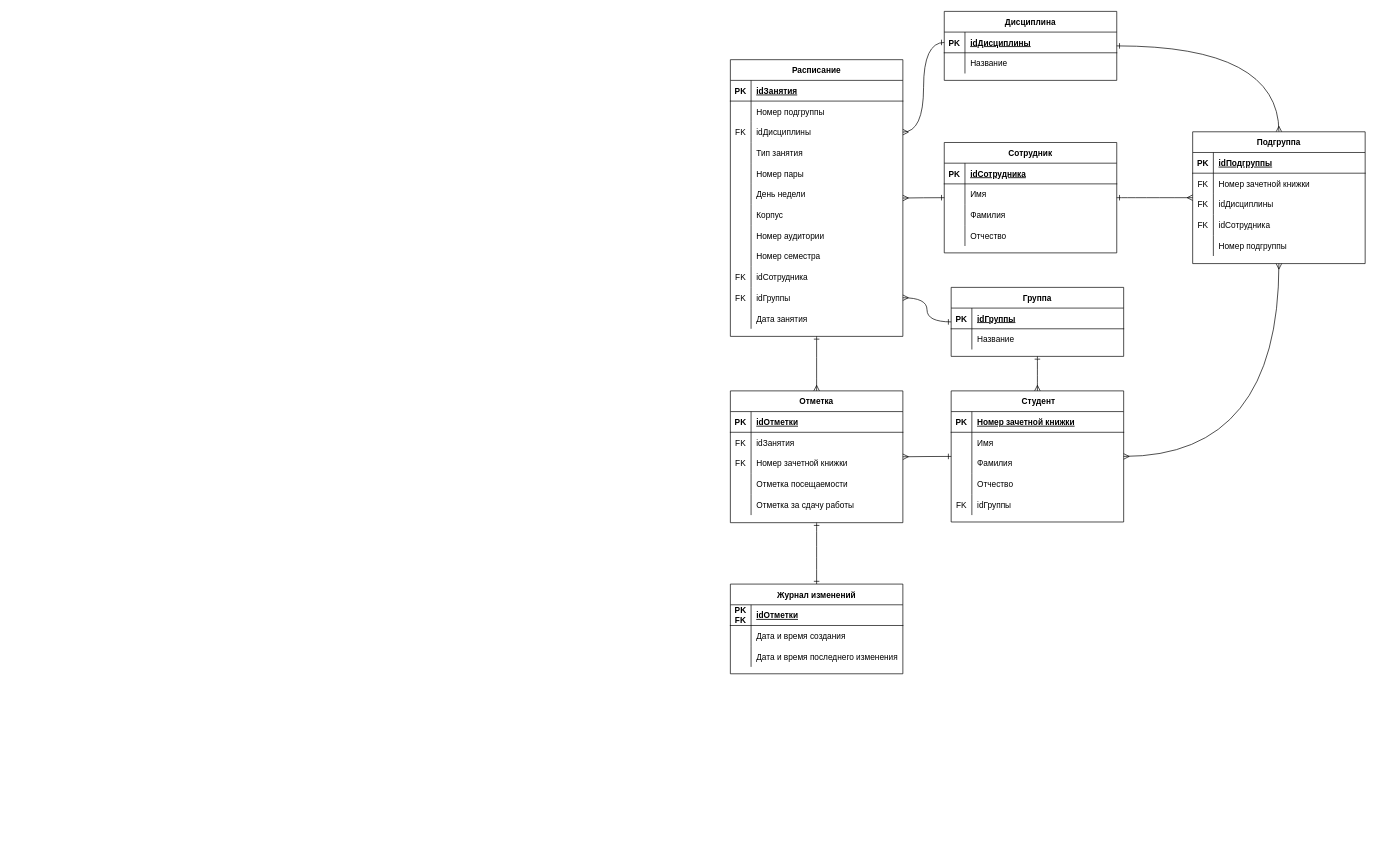
Before: page "ER" (1 of 2) of ВКР/drawio/Спецификации.drawio in kuskas112/Labs, a draw.io diagram. Source tidied: cells renumbered, new cells numbered last; positions are measured from the earlier drawing's top-left corner, leaving out a move shared by most shapes. Both pictures are drawn from the tidied source at 69%, with x=0, y=0 at pixel (730, 11).
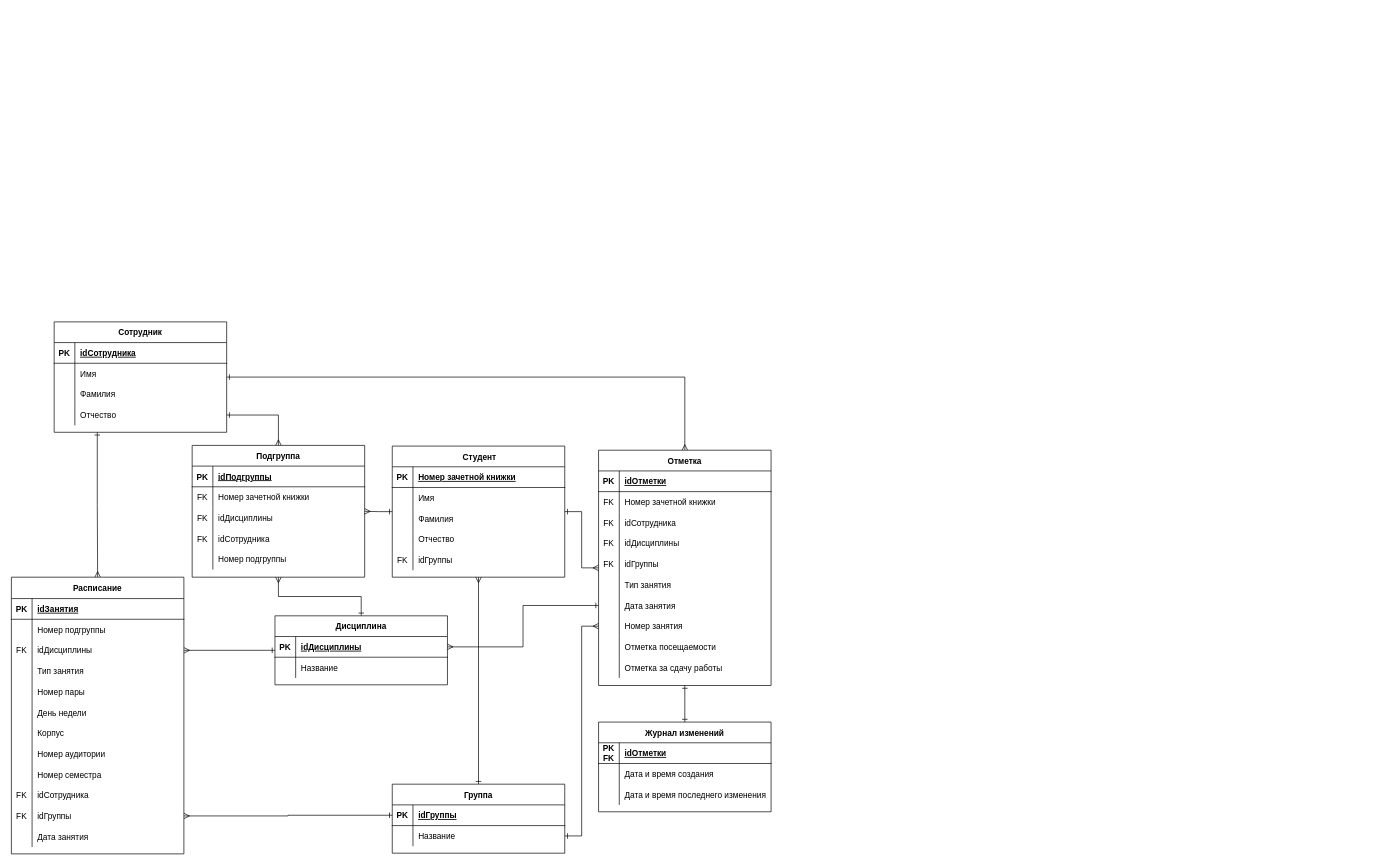
Above is the later version.

Unchanged cells that the change refers to:
```xml
<mxCell id="14" style="shape=partialRectangle;fillColor=none;points=[[0,0.5],[1,0.5]];portConstraint=eastwest;top=0;left=0;right=0;bottom=0;" parent="4" vertex="1">
  <mxGeometry y="120" width="250" height="30" as="geometry" />
</mxCell>
<mxCell id="58" style="shape=partialRectangle;fillColor=none;points=[[0,0.5],[1,0.5]];portConstraint=eastwest;top=0;left=0;right=0;bottom=1;" parent="57" vertex="1">
  <mxGeometry y="30" width="250" height="30" as="geometry" />
</mxCell>
<mxCell id="61" style="shape=partialRectangle;fillColor=none;points=[[0,0.5],[1,0.5]];portConstraint=eastwest;top=0;left=0;right=0;bottom=0;" parent="57" vertex="1">
  <mxGeometry y="60" width="250" height="30" as="geometry" />
</mxCell>
<mxCell id="66" style="shape=partialRectangle;fillColor=none;points=[[0,0.5],[1,0.5]];portConstraint=eastwest;top=0;left=0;right=0;bottom=1;" parent="65" vertex="1">
  <mxGeometry y="30" width="250" height="30" as="geometry" />
</mxCell>
```

The edit, as a diff of the source:
```diff
@@
-    <mxCell id="2" style="edgeStyle=orthogonalEdgeStyle;curved=1;rounded=0;jettySize=auto;html=1;strokeColor=default;align=center;verticalAlign=middle;fontFamily=Helvetica;fontSize=11;fontColor=default;labelBackgroundColor=default;startArrow=ERone;startFill=0;endArrow=ERmany;endFill=0;" parent="1" edge="1" source="4" target="18">
+    <mxCell id="2" style="edgeStyle=orthogonalEdgeStyle;rounded=0;jettySize=auto;html=1;strokeColor=default;align=center;verticalAlign=middle;fontFamily=Helvetica;fontSize=11;fontColor=default;labelBackgroundColor=default;startArrow=ERone;startFill=0;endArrow=ERmany;endFill=0;exitX=0.25;exitY=1;exitDx=0;exitDy=0;" parent="1" edge="1" source="4" target="18">
       <mxGeometry relative="1" as="geometry" />
     </mxCell>
-    <mxCell id="3" style="edgeStyle=orthogonalEdgeStyle;curved=1;rounded=0;jettySize=auto;html=1;strokeColor=default;align=center;verticalAlign=middle;fontFamily=Helvetica;fontSize=11;fontColor=default;labelBackgroundColor=default;startArrow=ERone;startFill=0;endArrow=ERmany;endFill=0;" parent="1" edge="1" source="4" target="118">
+    <mxCell id="3" style="edgeStyle=orthogonalEdgeStyle;rounded=0;jettySize=auto;html=1;strokeColor=default;align=center;verticalAlign=middle;fontFamily=Helvetica;fontSize=11;fontColor=default;labelBackgroundColor=default;startArrow=ERone;startFill=0;endArrow=ERmany;endFill=0;exitX=1;exitY=0.5;exitDx=0;exitDy=0;" parent="1" edge="1" source="14" target="118">
       <mxGeometry relative="1" as="geometry" />
     </mxCell>
+    <mxCell id="134" style="edgeStyle=orthogonalEdgeStyle;rounded=0;jettySize=auto;html=1;strokeColor=default;align=center;verticalAlign=middle;fontFamily=Helvetica;fontSize=11;fontColor=default;labelBackgroundColor=default;startArrow=ERone;startFill=0;endArrow=ERmany;endFill=0;" parent="1" edge="1" source="4" target="74">
+      <mxGeometry relative="1" as="geometry" />
+    </mxCell>
     <mxCell id="4" value="Сотрудник" style="shape=table;startSize=30;childLayout=tableLayout;rowLines=0;fontStyle=1;align=center;" parent="1" vertex="1">
-      <mxGeometry x="310" y="190" width="250" height="160" as="geometry" />
+      <mxGeometry x="-980" y="450" width="250" height="160" as="geometry" />
     </mxCell>
@@
-    <mxCell id="17" style="edgeStyle=orthogonalEdgeStyle;curved=1;rounded=0;jettySize=auto;html=1;strokeColor=default;align=center;verticalAlign=middle;fontFamily=Helvetica;fontSize=11;fontColor=default;labelBackgroundColor=default;startArrow=ERone;startFill=0;endArrow=ERmany;endFill=0;" parent="1" edge="1" source="18" target="74">
-      <mxGeometry relative="1" as="geometry" />
-    </mxCell>
-    <mxCell id="18" value="Расписание" style="shape=table;startSize=30;childLayout=tableLayout;rowLines=0;fontStyle=1;align=center;" parent="1" vertex="1">
-      <mxGeometry y="70" width="250" height="401" as="geometry" />
+    <mxCell id="18" value="Расписание" style="shape=table;startSize=31;childLayout=tableLayout;rowLines=0;fontStyle=1;align=center;" parent="1" vertex="1">
+      <mxGeometry x="-1042" y="820" width="250" height="401" as="geometry" />
     </mxCell>
     <mxCell id="19" style="shape=partialRectangle;fillColor=none;top=0;left=0;right=0;bottom=1;" parent="18" vertex="1">
-      <mxGeometry y="30" width="250" height="30" as="geometry" />
+      <mxGeometry y="31" width="250" height="30" as="geometry" />
     </mxCell>
@@
     <mxCell id="22" style="shape=partialRectangle;fillColor=none;top=0;left=0;right=0;bottom=0;" parent="18" vertex="1">
-      <mxGeometry y="60" width="250" height="30" as="geometry" />
+      <mxGeometry y="61" width="250" height="30" as="geometry" />
     </mxCell>
@@
     <mxCell id="25" style="shape=partialRectangle;fillColor=none;points=[[0,0.5],[1,0.5]];portConstraint=eastwest;top=0;left=0;right=0;bottom=0;" parent="18" vertex="1">
-      <mxGeometry y="90" width="250" height="30" as="geometry" />
+      <mxGeometry y="91" width="250" height="30" as="geometry" />
     </mxCell>
@@
     <mxCell id="28" style="shape=partialRectangle;fillColor=none;top=0;left=0;right=0;bottom=0;" parent="18" vertex="1">
-      <mxGeometry y="120" width="250" height="30" as="geometry" />
+      <mxGeometry y="121" width="250" height="30" as="geometry" />
     </mxCell>
@@
     <mxCell id="31" style="shape=partialRectangle;fillColor=none;top=0;left=0;right=0;bottom=0;" parent="18" vertex="1">
-      <mxGeometry y="150" width="250" height="30" as="geometry" />
+      <mxGeometry y="151" width="250" height="30" as="geometry" />
     </mxCell>
@@
     <mxCell id="34" style="shape=partialRectangle;fillColor=none;top=0;left=0;right=0;bottom=0;" parent="18" vertex="1">
-      <mxGeometry y="180" width="250" height="30" as="geometry" />
+      <mxGeometry y="181" width="250" height="30" as="geometry" />
     </mxCell>
@@
     <mxCell id="37" style="shape=partialRectangle;fillColor=none;top=0;left=0;right=0;bottom=0;" parent="18" vertex="1">
-      <mxGeometry y="210" width="250" height="30" as="geometry" />
+      <mxGeometry y="211" width="250" height="30" as="geometry" />
     </mxCell>
@@
     <mxCell id="40" style="shape=partialRectangle;fillColor=none;top=0;left=0;right=0;bottom=0;" parent="18" vertex="1">
-      <mxGeometry y="240" width="250" height="30" as="geometry" />
+      <mxGeometry y="241" width="250" height="30" as="geometry" />
     </mxCell>
@@
     <mxCell id="43" style="shape=partialRectangle;fillColor=none;top=0;left=0;right=0;bottom=0;" parent="18" vertex="1">
-      <mxGeometry y="270" width="250" height="30" as="geometry" />
+      <mxGeometry y="271" width="250" height="30" as="geometry" />
     </mxCell>
@@
     <mxCell id="46" style="shape=partialRectangle;fillColor=none;top=0;left=0;right=0;bottom=0;" parent="18" vertex="1">
-      <mxGeometry y="300" width="250" height="30" as="geometry" />
+      <mxGeometry y="301" width="250" height="30" as="geometry" />
     </mxCell>
@@
     <mxCell id="49" style="shape=partialRectangle;fillColor=none;points=[[0,0.5],[1,0.5]];portConstraint=eastwest;top=0;left=0;right=0;bottom=0;" parent="18" vertex="1">
-      <mxGeometry y="330" width="250" height="30" as="geometry" />
+      <mxGeometry y="331" width="250" height="30" as="geometry" />
     </mxCell>
@@
     <mxCell id="52" style="shape=partialRectangle;fillColor=none;top=0;left=0;right=0;bottom=0;" parent="18" vertex="1">
-      <mxGeometry y="360" width="250" height="30" as="geometry" />
+      <mxGeometry y="361" width="250" height="30" as="geometry" />
     </mxCell>
@@
-    <mxCell id="55" style="edgeStyle=orthogonalEdgeStyle;rounded=0;jettySize=auto;html=1;curved=1;endArrow=ERmany;endFill=0;startArrow=ERone;startFill=0;" parent="1" edge="1" source="57" target="49">
+    <mxCell id="55" style="edgeStyle=orthogonalEdgeStyle;rounded=0;jettySize=auto;html=1;endArrow=ERmany;endFill=0;startArrow=ERone;startFill=0;exitX=0;exitY=0.5;exitDx=0;exitDy=0;" parent="1" edge="1" source="58" target="49">
       <mxGeometry relative="1" as="geometry" />
     </mxCell>
-    <mxCell id="56" style="edgeStyle=orthogonalEdgeStyle;curved=1;rounded=0;jettySize=auto;html=1;strokeColor=default;align=center;verticalAlign=middle;fontFamily=Helvetica;fontSize=11;fontColor=default;labelBackgroundColor=default;startArrow=ERone;startFill=0;endArrow=ERmany;endFill=0;" parent="1" edge="1" source="57" target="92">
+    <mxCell id="56" style="edgeStyle=orthogonalEdgeStyle;rounded=0;jettySize=auto;html=1;strokeColor=default;align=center;verticalAlign=middle;fontFamily=Helvetica;fontSize=11;fontColor=default;labelBackgroundColor=default;startArrow=ERone;startFill=0;endArrow=ERmany;endFill=0;" parent="1" edge="1" source="57" target="92">
       <mxGeometry relative="1" as="geometry" />
     </mxCell>
     <mxCell id="57" value="Группа" style="shape=table;startSize=30;childLayout=tableLayout;rowLines=0;fontStyle=1;align=center;" parent="1" vertex="1">
-      <mxGeometry x="320" y="400" width="250" height="100" as="geometry" />
+      <mxGeometry x="-490" y="1120" width="250" height="100" as="geometry" />
     </mxCell>
@@
-    <mxCell id="64" style="edgeStyle=orthogonalEdgeStyle;curved=1;rounded=0;jettySize=auto;html=1;strokeColor=default;align=center;verticalAlign=middle;fontFamily=Helvetica;fontSize=11;fontColor=default;labelBackgroundColor=default;startArrow=ERone;startFill=0;endArrow=ERmany;endFill=0;" parent="1" edge="1" source="65" target="118">
+    <mxCell id="64" style="edgeStyle=orthogonalEdgeStyle;rounded=0;jettySize=auto;html=1;strokeColor=default;align=center;verticalAlign=middle;fontFamily=Helvetica;fontSize=11;fontColor=default;labelBackgroundColor=default;startArrow=ERone;startFill=0;endArrow=ERmany;endFill=0;" parent="1" edge="1" source="65" target="118">
       <mxGeometry relative="1" as="geometry" />
     </mxCell>
     <mxCell id="65" value="Дисциплина" style="shape=table;startSize=30;childLayout=tableLayout;rowLines=0;fontStyle=1;align=center;" parent="1" vertex="1">
-      <mxGeometry x="310" width="250" height="100" as="geometry" />
+      <mxGeometry x="-660" y="876" width="250" height="100" as="geometry" />
     </mxCell>
@@
-    <mxCell id="72" style="edgeStyle=orthogonalEdgeStyle;rounded=0;jettySize=auto;html=1;curved=1;endArrow=ERmany;endFill=0;startArrow=ERone;startFill=0;exitX=0;exitY=0.5;exitDx=0;exitDy=0;" parent="1" edge="1" source="66" target="25">
+    <mxCell id="72" style="edgeStyle=orthogonalEdgeStyle;rounded=0;jettySize=auto;html=1;endArrow=ERmany;endFill=0;startArrow=ERone;startFill=0;" parent="1" edge="1" source="65" target="25">
       <mxGeometry relative="1" as="geometry" />
     </mxCell>
-    <mxCell id="73" style="edgeStyle=orthogonalEdgeStyle;curved=1;rounded=0;jettySize=auto;html=1;strokeColor=default;align=center;verticalAlign=middle;fontFamily=Helvetica;fontSize=11;fontColor=default;labelBackgroundColor=default;startArrow=ERone;startFill=0;endArrow=ERone;endFill=0;" parent="1" edge="1" source="74" target="108">
+    <mxCell id="73" style="edgeStyle=orthogonalEdgeStyle;rounded=0;jettySize=auto;html=1;strokeColor=default;align=center;verticalAlign=middle;fontFamily=Helvetica;fontSize=11;fontColor=default;labelBackgroundColor=default;startArrow=ERone;startFill=0;endArrow=ERone;endFill=0;" parent="1" edge="1" source="74" target="108">
       <mxGeometry relative="1" as="geometry" />
     </mxCell>
+    <mxCell id="135" style="rounded=0;jettySize=auto;html=1;strokeColor=default;align=center;verticalAlign=middle;fontFamily=Helvetica;fontSize=11;fontColor=default;labelBackgroundColor=default;startArrow=ERone;startFill=0;endArrow=ERmany;endFill=0;exitX=0;exitY=0.5;exitDx=0;exitDy=0;edgeStyle=orthogonalEdgeStyle;entryX=1;entryY=0.5;entryDx=0;entryDy=0;" parent="1" edge="1" source="145" target="66">
+      <mxGeometry relative="1" as="geometry" />
+    </mxCell>
     <mxCell id="74" value="Отметка" style="shape=table;startSize=30;childLayout=tableLayout;rowLines=0;fontStyle=1;align=center;" parent="1" vertex="1">
-      <mxGeometry y="550" width="250" height="191" as="geometry" />
+      <mxGeometry x="-191" y="636" width="250" height="341" as="geometry" />
     </mxCell>
@@
-    <mxCell id="78" style="shape=partialRectangle;fillColor=none;top=0;left=0;right=0;bottom=0;" parent="74" vertex="1">
-      <mxGeometry y="60" width="250" height="30" as="geometry" />
-    </mxCell>
-    <mxCell id="79" value="FK" style="shape=partialRectangle;overflow=hidden;fillColor=none;top=0;left=0;bottom=0;right=0;" parent="78" vertex="1">
-      <mxGeometry width="30" height="30" as="geometry" />
-    </mxCell>
-    <mxCell id="80" value="idЗанятия" style="shape=partialRectangle;overflow=hidden;fillColor=none;top=0;left=0;bottom=0;right=0;align=left;spacingLeft=6;" parent="78" vertex="1">
-      <mxGeometry x="30" width="220" height="30" as="geometry" />
-    </mxCell>
     <mxCell id="81" style="shape=partialRectangle;fillColor=none;top=0;left=0;right=0;bottom=0;" parent="74" vertex="1">
-      <mxGeometry y="90" width="250" height="30" as="geometry" />
+      <mxGeometry y="60" width="250" height="30" as="geometry" />
     </mxCell>
@@
     <mxCell id="84" style="shape=partialRectangle;fillColor=none;top=0;left=0;right=0;bottom=0;" parent="74" vertex="1">
-      <mxGeometry y="120" width="250" height="30" as="geometry" />
+      <mxGeometry y="90" width="250" height="30" as="geometry" />
     </mxCell>
-    <mxCell id="85" style="shape=partialRectangle;overflow=hidden;fillColor=none;top=0;left=0;bottom=0;right=0;" parent="84" vertex="1">
+    <mxCell id="85" value="FK" style="shape=partialRectangle;overflow=hidden;fillColor=none;top=0;left=0;bottom=0;right=0;" parent="84" vertex="1">
       <mxGeometry width="30" height="30" as="geometry" />
     </mxCell>
-    <mxCell id="86" value="Отметка посещаемости" style="shape=partialRectangle;overflow=hidden;fillColor=none;top=0;left=0;bottom=0;right=0;align=left;spacingLeft=6;" parent="84" vertex="1">
+    <mxCell id="86" value="idСотрудника" style="shape=partialRectangle;overflow=hidden;fillColor=none;top=0;left=0;bottom=0;right=0;align=left;spacingLeft=6;" parent="84" vertex="1">
       <mxGeometry x="30" width="220" height="30" as="geometry" />
     </mxCell>
+    <mxCell id="136" style="shape=partialRectangle;fillColor=none;top=0;left=0;right=0;bottom=0;" parent="74" vertex="1">
+      <mxGeometry y="120" width="250" height="30" as="geometry" />
+    </mxCell>
+    <mxCell id="137" value="FK" style="shape=partialRectangle;overflow=hidden;fillColor=none;top=0;left=0;bottom=0;right=0;" parent="136" vertex="1">
+      <mxGeometry width="30" height="30" as="geometry" />
+    </mxCell>
+    <mxCell id="138" value="idДисциплины" style="shape=partialRectangle;overflow=hidden;fillColor=none;top=0;left=0;bottom=0;right=0;align=left;spacingLeft=6;" parent="136" vertex="1">
+      <mxGeometry x="30" width="220" height="30" as="geometry" />
+    </mxCell>
+    <mxCell id="139" style="shape=partialRectangle;fillColor=none;top=0;left=0;right=0;bottom=0;" parent="74" vertex="1">
+      <mxGeometry y="150" width="250" height="30" as="geometry" />
+    </mxCell>
+    <mxCell id="140" value="FK" style="shape=partialRectangle;overflow=hidden;fillColor=none;top=0;left=0;bottom=0;right=0;" parent="139" vertex="1">
+      <mxGeometry width="30" height="30" as="geometry" />
+    </mxCell>
+    <mxCell id="141" value="idГруппы" style="shape=partialRectangle;overflow=hidden;fillColor=none;top=0;left=0;bottom=0;right=0;align=left;spacingLeft=6;" parent="139" vertex="1">
+      <mxGeometry x="30" width="220" height="30" as="geometry" />
+    </mxCell>
+    <mxCell id="142" style="shape=partialRectangle;fillColor=none;top=0;left=0;right=0;bottom=0;" parent="74" vertex="1">
+      <mxGeometry y="180" width="250" height="30" as="geometry" />
+    </mxCell>
+    <mxCell id="143" style="shape=partialRectangle;overflow=hidden;fillColor=none;top=0;left=0;bottom=0;right=0;" parent="142" vertex="1">
+      <mxGeometry width="30" height="30" as="geometry" />
+    </mxCell>
+    <mxCell id="144" value="Тип занятия" style="shape=partialRectangle;overflow=hidden;fillColor=none;top=0;left=0;bottom=0;right=0;align=left;spacingLeft=6;" parent="142" vertex="1">
+      <mxGeometry x="30" width="220" height="30" as="geometry" />
+    </mxCell>
+    <mxCell id="145" style="shape=partialRectangle;fillColor=none;points=[[0,0.5],[1,0.5]];portConstraint=eastwest;top=0;left=0;right=0;bottom=0;" parent="74" vertex="1">
+      <mxGeometry y="210" width="250" height="30" as="geometry" />
+    </mxCell>
+    <mxCell id="146" style="shape=partialRectangle;overflow=hidden;fillColor=none;top=0;left=0;bottom=0;right=0;" parent="145" vertex="1">
+      <mxGeometry width="30" height="30" as="geometry" />
+    </mxCell>
+    <mxCell id="147" value="Дата занятия" style="shape=partialRectangle;overflow=hidden;fillColor=none;top=0;left=0;bottom=0;right=0;align=left;spacingLeft=6;" parent="145" vertex="1">
+      <mxGeometry x="30" width="220" height="30" as="geometry" />
+    </mxCell>
+    <mxCell id="148" style="shape=partialRectangle;fillColor=none;points=[[0,0.5],[1,0.5]];portConstraint=eastwest;top=0;left=0;right=0;bottom=0;" parent="74" vertex="1">
+      <mxGeometry y="240" width="250" height="30" as="geometry" />
+    </mxCell>
+    <mxCell id="149" style="shape=partialRectangle;overflow=hidden;fillColor=none;top=0;left=0;bottom=0;right=0;" parent="148" vertex="1">
+      <mxGeometry width="30" height="30" as="geometry" />
+    </mxCell>
+    <mxCell id="150" value="Номер занятия" style="shape=partialRectangle;overflow=hidden;fillColor=none;top=0;left=0;bottom=0;right=0;align=left;spacingLeft=6;" parent="148" vertex="1">
+      <mxGeometry x="30" width="220" height="30" as="geometry" />
+    </mxCell>
+    <mxCell id="151" style="shape=partialRectangle;fillColor=none;top=0;left=0;right=0;bottom=0;" parent="74" vertex="1">
+      <mxGeometry y="270" width="250" height="30" as="geometry" />
+    </mxCell>
+    <mxCell id="152" style="shape=partialRectangle;overflow=hidden;fillColor=none;top=0;left=0;bottom=0;right=0;" parent="151" vertex="1">
+      <mxGeometry width="30" height="30" as="geometry" />
+    </mxCell>
+    <mxCell id="153" value="Отметка посещаемости" style="shape=partialRectangle;overflow=hidden;fillColor=none;top=0;left=0;bottom=0;right=0;align=left;spacingLeft=6;" parent="151" vertex="1">
+      <mxGeometry x="30" width="220" height="30" as="geometry" />
+    </mxCell>
     <mxCell id="87" style="shape=partialRectangle;fillColor=none;top=0;left=0;right=0;bottom=0;" parent="74" vertex="1">
-      <mxGeometry y="150" width="250" height="30" as="geometry" />
+      <mxGeometry y="300" width="250" height="30" as="geometry" />
     </mxCell>
@@
-    <mxCell id="90" style="edgeStyle=orthogonalEdgeStyle;curved=1;rounded=0;jettySize=auto;html=1;strokeColor=default;align=center;verticalAlign=middle;fontFamily=Helvetica;fontSize=11;fontColor=default;labelBackgroundColor=default;startArrow=ERone;startFill=0;endArrow=ERmany;endFill=0;" parent="1" edge="1" source="92" target="74">
+    <mxCell id="90" style="edgeStyle=orthogonalEdgeStyle;rounded=0;jettySize=auto;html=1;strokeColor=default;align=center;verticalAlign=middle;fontFamily=Helvetica;fontSize=11;fontColor=default;labelBackgroundColor=default;startArrow=ERone;startFill=0;endArrow=ERmany;endFill=0;" parent="1" edge="1" source="92" target="74">
       <mxGeometry relative="1" as="geometry" />
     </mxCell>
-    <mxCell id="91" style="edgeStyle=orthogonalEdgeStyle;curved=1;rounded=0;jettySize=auto;html=1;strokeColor=default;align=center;verticalAlign=middle;fontFamily=Helvetica;fontSize=11;fontColor=default;labelBackgroundColor=default;startArrow=ERmany;startFill=0;endArrow=ERmany;endFill=0;" parent="1" edge="1" source="92" target="118">
+    <mxCell id="91" style="edgeStyle=orthogonalEdgeStyle;rounded=0;jettySize=auto;html=1;strokeColor=default;align=center;verticalAlign=middle;fontFamily=Helvetica;fontSize=11;fontColor=default;labelBackgroundColor=default;startArrow=ERone;startFill=0;endArrow=ERmany;endFill=0;" parent="1" edge="1" source="92" target="118">
       <mxGeometry relative="1" as="geometry" />
     </mxCell>
     <mxCell id="92" value=" Студент" style="shape=table;startSize=30;childLayout=tableLayout;rowLines=0;fontStyle=1;align=center;" parent="1" vertex="1">
-      <mxGeometry x="320" y="550" width="250" height="190" as="geometry" />
+      <mxGeometry x="-490" y="630" width="250" height="190" as="geometry" />
     </mxCell>
@@
     <mxCell id="108" value="Журнал изменений" style="shape=table;startSize=30;childLayout=tableLayout;rowLines=0;fontStyle=1;align=center;" parent="1" vertex="1">
-      <mxGeometry y="830" width="250" height="130" as="geometry" />
+      <mxGeometry x="-191" y="1030" width="250" height="130" as="geometry" />
     </mxCell>
@@
     <mxCell id="118" value="Подгруппа" style="shape=table;startSize=30;childLayout=tableLayout;rowLines=0;fontStyle=1;align=center;" parent="1" vertex="1">
-      <mxGeometry x="670" y="174.5" width="250" height="191" as="geometry" />
+      <mxGeometry x="-780" y="629" width="250" height="191" as="geometry" />
     </mxCell>
@@
+    <mxCell id="154" style="edgeStyle=orthogonalEdgeStyle;rounded=0;jettySize=auto;html=1;strokeColor=default;align=center;verticalAlign=middle;fontFamily=Helvetica;fontSize=11;fontColor=default;labelBackgroundColor=default;startArrow=ERmany;startFill=0;endArrow=ERone;endFill=0;entryX=1;entryY=0.5;entryDx=0;entryDy=0;exitX=0;exitY=0.5;exitDx=0;exitDy=0;" parent="1" edge="1" source="148" target="61">
+      <mxGeometry relative="1" as="geometry" />
+    </mxCell>
```
